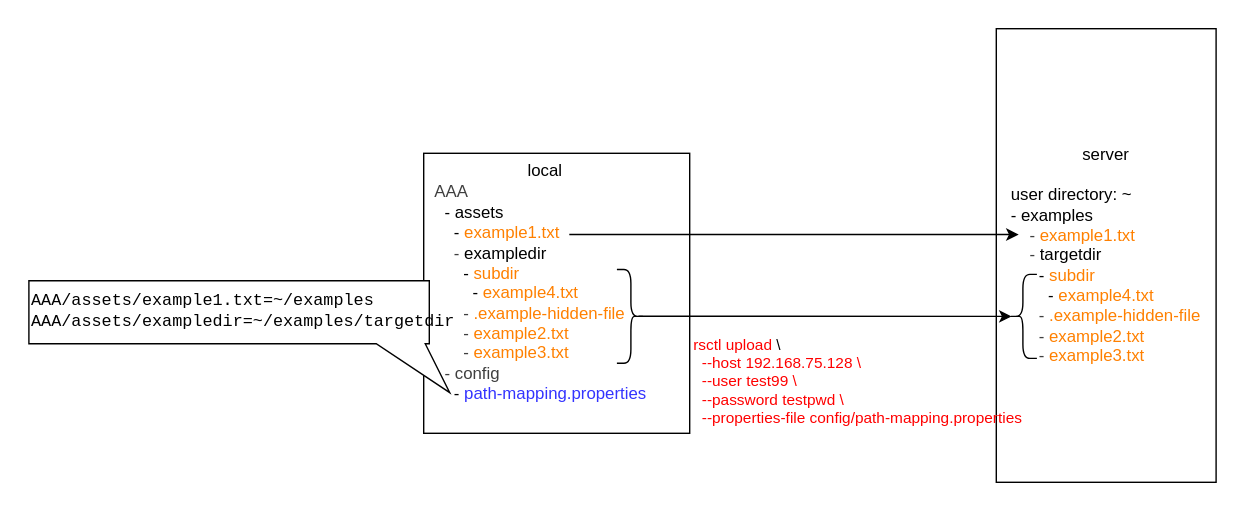
This is docs/assets/cmd/upload.svg from saidake/rhctl, a draw.io export, as it was before one commit. Source tidied: cells renumbered, new cells last; positions are measured from the earlier drawing's top-left corner, leaving out a move shared by most shapes.
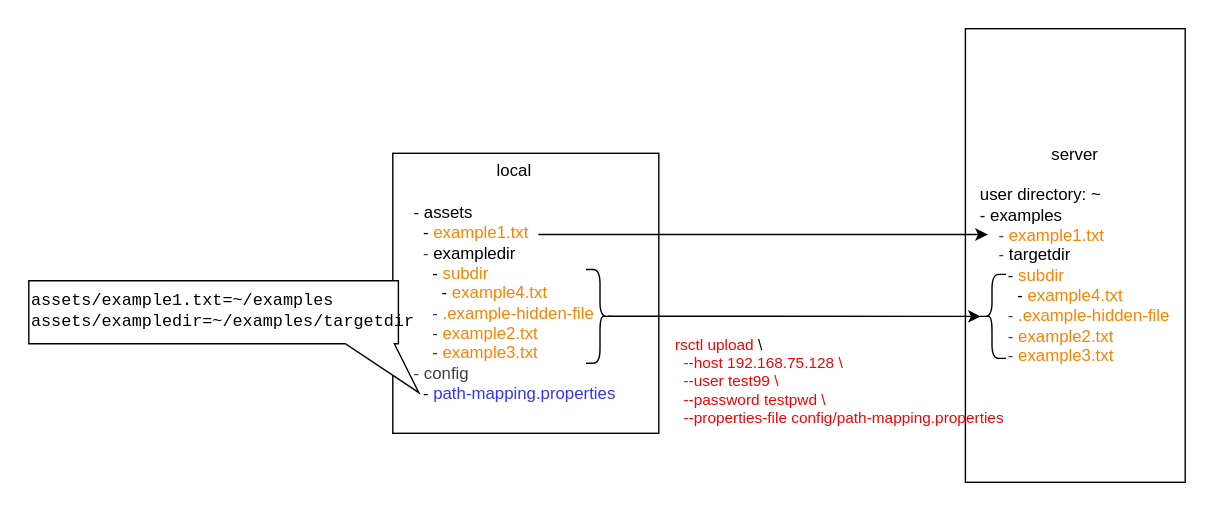
Later version of the same file.

Commit message:
[Docs] update: Refresh patch and upload command diagrams

The edit, as a diff of the source:
```diff
@@ -5,7 +5,7 @@
     <mxCell id="2" value="&lt;span style=&quot;color: rgb(0, 0, 0);&quot;&gt;server&lt;/span&gt;&lt;div style=&quot;text-align: left;&quot;&gt;&lt;br&gt;&lt;/div&gt;&lt;div style=&quot;text-align: left;&quot;&gt;user directory: ~&lt;/div&gt;&lt;div&gt;&lt;div style=&quot;text-align: left;&quot;&gt;&lt;span style=&quot;background-color: transparent;&quot;&gt;- &lt;font style=&quot;color: rgb(0, 0, 0);&quot;&gt;examples&lt;/font&gt;&lt;/span&gt;&lt;/div&gt;&lt;div style=&quot;text-align: left;&quot;&gt;&lt;span style=&quot;background-color: transparent;&quot;&gt;&amp;nbsp; &amp;nbsp;&amp;nbsp;&lt;/span&gt;&lt;span style=&quot;color: rgb(63, 63, 63);&quot;&gt;-&amp;nbsp;&lt;/span&gt;&lt;span style=&quot;background-color: transparent;&quot;&gt;&lt;font style=&quot;color: rgb(255, 128, 0);&quot;&gt;example1.txt&lt;/font&gt;&lt;/span&gt;&lt;/div&gt;&lt;div style=&quot;text-align: left;&quot;&gt;&lt;span style=&quot;background-color: transparent;&quot;&gt;&lt;font style=&quot;color: rgb(255, 128, 0);&quot;&gt;&amp;nbsp; &amp;nbsp;&amp;nbsp;&lt;/font&gt;&lt;/span&gt;&lt;span style=&quot;color: rgb(63, 63, 63);&quot;&gt;-&amp;nbsp;&lt;/span&gt;&lt;span style=&quot;background-color: transparent;&quot;&gt;&lt;font style=&quot;color: rgb(0, 0, 0);&quot;&gt;targetdir&lt;/font&gt;&lt;/span&gt;&lt;/div&gt;&lt;/div&gt;&lt;div style=&quot;text-align: left;&quot;&gt;&lt;div style=&quot;color: rgb(63, 63, 63); scrollbar-color: rgb(226, 226, 226) rgb(251, 251, 251);&quot;&gt;&lt;span style=&quot;color: rgb(63, 63, 63); scrollbar-color: rgb(226, 226, 226) rgb(251, 251, 251); background-color: transparent;&quot;&gt;&lt;font style=&quot;scrollbar-color: rgb(226, 226, 226) rgb(251, 251, 251); color: rgb(0, 0, 0);&quot;&gt;&amp;nbsp; &amp;nbsp; &amp;nbsp; -&amp;nbsp;&lt;/font&gt;&lt;font style=&quot;scrollbar-color: rgb(226, 226, 226) rgb(251, 251, 251); color: rgb(255, 128, 0);&quot;&gt;subdir&lt;/font&gt;&lt;/span&gt;&lt;/div&gt;&lt;div style=&quot;color: rgb(63, 63, 63); scrollbar-color: rgb(226, 226, 226) rgb(251, 251, 251);&quot;&gt;&lt;span style=&quot;color: rgb(63, 63, 63); scrollbar-color: rgb(226, 226, 226) rgb(251, 251, 251); background-color: transparent;&quot;&gt;&lt;font style=&quot;scrollbar-color: rgb(226, 226, 226) rgb(251, 251, 251); color: rgb(0, 0, 0);&quot;&gt;&amp;nbsp; &amp;nbsp; &amp;nbsp; &amp;nbsp; -&amp;nbsp;&lt;/font&gt;&lt;font style=&quot;scrollbar-color: rgb(226, 226, 226) rgb(251, 251, 251); color: rgb(255, 128, 0);&quot;&gt;example4.txt&lt;/font&gt;&lt;/span&gt;&lt;/div&gt;&lt;div style=&quot;scrollbar-color: rgb(226, 226, 226) rgb(251, 251, 251);&quot;&gt;&lt;span style=&quot;color: rgb(63, 63, 63); scrollbar-color: rgb(226, 226, 226) rgb(251, 251, 251);&quot;&gt;&amp;nbsp; &amp;nbsp; &amp;nbsp; -&lt;/span&gt;&lt;span style=&quot;color: rgb(63, 63, 63); scrollbar-color: rgb(226, 226, 226) rgb(251, 251, 251); background-color: transparent;&quot;&gt;&amp;nbsp;&lt;/span&gt;&lt;span style=&quot;scrollbar-color: rgb(226, 226, 226) rgb(251, 251, 251); background-color: transparent; color: rgb(63, 63, 63);&quot;&gt;&lt;font style=&quot;color: rgb(255, 128, 0);&quot;&gt;.example-hidden-file&lt;/font&gt;&lt;/span&gt;&lt;/div&gt;&lt;div style=&quot;scrollbar-color: rgb(226, 226, 226) rgb(251, 251, 251);&quot;&gt;&lt;span style=&quot;color: rgb(63, 63, 63); scrollbar-color: rgb(226, 226, 226) rgb(251, 251, 251); background-color: transparent;&quot;&gt;&amp;nbsp; &amp;nbsp; &amp;nbsp; -&amp;nbsp;&lt;/span&gt;&lt;span style=&quot;scrollbar-color: rgb(226, 226, 226) rgb(251, 251, 251); background-color: transparent;&quot;&gt;&lt;font style=&quot;color: rgb(255, 128, 0);&quot;&gt;example2.txt&lt;/font&gt;&lt;/span&gt;&lt;/div&gt;&lt;div style=&quot;scrollbar-color: rgb(226, 226, 226) rgb(251, 251, 251);&quot;&gt;&lt;span style=&quot;color: rgb(63, 63, 63); scrollbar-color: rgb(226, 226, 226) rgb(251, 251, 251); background-color: transparent;&quot;&gt;&amp;nbsp; &amp;nbsp; &amp;nbsp; -&amp;nbsp;&lt;/span&gt;&lt;span style=&quot;scrollbar-color: rgb(226, 226, 226) rgb(251, 251, 251); background-color: transparent;&quot;&gt;&lt;font style=&quot;color: rgb(255, 128, 0);&quot;&gt;example3.txt&lt;/font&gt;&lt;/span&gt;&lt;/div&gt;&lt;/div&gt;" style="rounded=0;whiteSpace=wrap;html=1;fillColor=#FFFFFF;" parent="1" vertex="1">
       <mxGeometry x="691" width="157" height="324" as="geometry" />
     </mxCell>
-    <mxCell id="3" value="&lt;div&gt;&lt;br&gt;&lt;/div&gt;&lt;div&gt;&amp;nbsp; &lt;span style=&quot;color: rgb(63, 63, 63); background-color: transparent;&quot;&gt;AAA&lt;/span&gt;&lt;/div&gt;&lt;div&gt;&amp;nbsp; &amp;nbsp; - assets&lt;/div&gt;&lt;div&gt;&amp;nbsp; &amp;nbsp; &amp;nbsp; - &lt;font style=&quot;color: rgb(255, 128, 0);&quot;&gt;example1.txt&lt;/font&gt;&lt;/div&gt;&lt;div&gt;&lt;font style=&quot;color: rgb(255, 128, 0);&quot;&gt;&amp;nbsp; &amp;nbsp; &amp;nbsp;&amp;nbsp;&lt;/font&gt;&lt;span style=&quot;color: rgb(63, 63, 63); background-color: transparent;&quot;&gt;- &lt;/span&gt;&lt;span style=&quot;background-color: transparent;&quot;&gt;&lt;font style=&quot;color: rgb(0, 0, 0);&quot;&gt;exampledir&lt;/font&gt;&lt;/span&gt;&lt;/div&gt;&lt;div&gt;&lt;span style=&quot;background-color: transparent;&quot;&gt;&lt;font style=&quot;color: rgb(0, 0, 0);&quot;&gt;&amp;nbsp; &amp;nbsp; &amp;nbsp; &amp;nbsp; - &lt;/font&gt;&lt;font style=&quot;color: rgb(255, 128, 0);&quot;&gt;subdir&lt;/font&gt;&lt;/span&gt;&lt;/div&gt;&lt;div&gt;&lt;span style=&quot;background-color: transparent;&quot;&gt;&lt;font style=&quot;color: rgb(0, 0, 0);&quot;&gt;&amp;nbsp; &amp;nbsp; &amp;nbsp; &amp;nbsp; &amp;nbsp; - &lt;/font&gt;&lt;font style=&quot;color: rgb(255, 128, 0);&quot;&gt;example4.txt&lt;/font&gt;&lt;/span&gt;&lt;/div&gt;&lt;div&gt;&lt;span style=&quot;color: rgb(63, 63, 63);&quot;&gt;&amp;nbsp; &amp;nbsp; &amp;nbsp; &amp;nbsp; -&lt;/span&gt;&lt;span style=&quot;background-color: transparent;&quot;&gt;&lt;font style=&quot;color: rgb(255, 128, 0);&quot;&gt;&amp;nbsp;.example-hidden-file&lt;/font&gt;&lt;/span&gt;&lt;/div&gt;&lt;div&gt;&lt;span style=&quot;color: rgb(63, 63, 63); background-color: transparent;&quot;&gt;&amp;nbsp; &amp;nbsp; &amp;nbsp; &amp;nbsp; - &lt;/span&gt;&lt;span style=&quot;background-color: transparent;&quot;&gt;&lt;font style=&quot;color: rgb(255, 128, 0);&quot;&gt;example2.txt&lt;/font&gt;&lt;/span&gt;&lt;/div&gt;&lt;div&gt;&lt;span style=&quot;color: rgb(63, 63, 63); background-color: transparent;&quot;&gt;&amp;nbsp; &amp;nbsp; &amp;nbsp; &amp;nbsp; - &lt;/span&gt;&lt;span style=&quot;background-color: transparent;&quot;&gt;&lt;font style=&quot;color: rgb(255, 128, 0);&quot;&gt;example3.txt&lt;/font&gt;&lt;/span&gt;&lt;/div&gt;&lt;div&gt;&lt;span style=&quot;color: rgb(63, 63, 63); background-color: transparent;&quot;&gt;&amp;nbsp; &amp;nbsp; - config&lt;/span&gt;&lt;/div&gt;&lt;div&gt;&amp;nbsp; &amp;nbsp; &amp;nbsp; - &lt;font style=&quot;color: rgb(51, 51, 255);&quot;&gt;path-mapping.properties&lt;/font&gt;&lt;/div&gt;&lt;div&gt;&lt;br&gt;&lt;/div&gt;" style="rounded=0;whiteSpace=wrap;html=1;align=left;fillColor=#FFFFFF;" parent="1" vertex="1">
+    <mxCell id="3" value="&lt;div&gt;&lt;br&gt;&lt;/div&gt;&lt;div&gt;&lt;br&gt;&lt;/div&gt;&lt;div&gt;&amp;nbsp; &amp;nbsp; - assets&lt;/div&gt;&lt;div&gt;&amp;nbsp; &amp;nbsp; &amp;nbsp; - &lt;font style=&quot;color: rgb(255, 128, 0);&quot;&gt;example1.txt&lt;/font&gt;&lt;/div&gt;&lt;div&gt;&lt;font style=&quot;color: rgb(255, 128, 0);&quot;&gt;&amp;nbsp; &amp;nbsp; &amp;nbsp;&amp;nbsp;&lt;/font&gt;&lt;span style=&quot;color: rgb(63, 63, 63); background-color: transparent;&quot;&gt;- &lt;/span&gt;&lt;span style=&quot;background-color: transparent;&quot;&gt;&lt;font style=&quot;color: rgb(0, 0, 0);&quot;&gt;exampledir&lt;/font&gt;&lt;/span&gt;&lt;/div&gt;&lt;div&gt;&lt;span style=&quot;background-color: transparent;&quot;&gt;&lt;font style=&quot;color: rgb(0, 0, 0);&quot;&gt;&amp;nbsp; &amp;nbsp; &amp;nbsp; &amp;nbsp; - &lt;/font&gt;&lt;font style=&quot;color: rgb(255, 128, 0);&quot;&gt;subdir&lt;/font&gt;&lt;/span&gt;&lt;/div&gt;&lt;div&gt;&lt;span style=&quot;background-color: transparent;&quot;&gt;&lt;font style=&quot;color: rgb(0, 0, 0);&quot;&gt;&amp;nbsp; &amp;nbsp; &amp;nbsp; &amp;nbsp; &amp;nbsp; - &lt;/font&gt;&lt;font style=&quot;color: rgb(255, 128, 0);&quot;&gt;example4.txt&lt;/font&gt;&lt;/span&gt;&lt;/div&gt;&lt;div&gt;&lt;span style=&quot;color: rgb(63, 63, 63);&quot;&gt;&amp;nbsp; &amp;nbsp; &amp;nbsp; &amp;nbsp; -&lt;/span&gt;&lt;span style=&quot;background-color: transparent;&quot;&gt;&lt;font style=&quot;color: rgb(255, 128, 0);&quot;&gt;&amp;nbsp;.example-hidden-file&lt;/font&gt;&lt;/span&gt;&lt;/div&gt;&lt;div&gt;&lt;span style=&quot;color: rgb(63, 63, 63); background-color: transparent;&quot;&gt;&amp;nbsp; &amp;nbsp; &amp;nbsp; &amp;nbsp; - &lt;/span&gt;&lt;span style=&quot;background-color: transparent;&quot;&gt;&lt;font style=&quot;color: rgb(255, 128, 0);&quot;&gt;example2.txt&lt;/font&gt;&lt;/span&gt;&lt;/div&gt;&lt;div&gt;&lt;span style=&quot;color: rgb(63, 63, 63); background-color: transparent;&quot;&gt;&amp;nbsp; &amp;nbsp; &amp;nbsp; &amp;nbsp; - &lt;/span&gt;&lt;span style=&quot;background-color: transparent;&quot;&gt;&lt;font style=&quot;color: rgb(255, 128, 0);&quot;&gt;example3.txt&lt;/font&gt;&lt;/span&gt;&lt;/div&gt;&lt;div&gt;&lt;span style=&quot;color: rgb(63, 63, 63); background-color: transparent;&quot;&gt;&amp;nbsp; &amp;nbsp; - config&lt;/span&gt;&lt;/div&gt;&lt;div&gt;&amp;nbsp; &amp;nbsp; &amp;nbsp; - &lt;font style=&quot;color: rgb(51, 51, 255);&quot;&gt;path-mapping.properties&lt;/font&gt;&lt;/div&gt;&lt;div&gt;&lt;br&gt;&lt;/div&gt;" style="rounded=0;whiteSpace=wrap;html=1;align=left;fillColor=#FFFFFF;" parent="1" vertex="1">
       <mxGeometry x="282" y="89" width="190" height="200" as="geometry" />
     </mxCell>
     <mxCell id="4" style="shape=curlyBracket;whiteSpace=wrap;html=1;rounded=1;flipH=1;labelPosition=right;verticalLabelPosition=middle;align=left;verticalAlign=middle;size=0.5;" parent="1" vertex="1">
@@ -16,11 +16,11 @@
     </mxCell>
     <mxCell id="6" value="&lt;div&gt;&lt;font style=&quot;color: rgb(255, 0, 0);&quot;&gt;rsctl &lt;/font&gt;&lt;span style=&quot;background-color: transparent;&quot;&gt;&lt;font style=&quot;color: rgb(255, 0, 0);&quot;&gt;upload &lt;/font&gt;\&lt;/span&gt;&lt;/div&gt;&lt;div&gt;&lt;font style=&quot;color: rgb(255, 0, 0);&quot;&gt;&amp;nbsp; --host 192.168.75.128 \&lt;/font&gt;&lt;/div&gt;&lt;div&gt;&lt;font style=&quot;color: rgb(255, 0, 0);&quot;&gt;&amp;nbsp; --user test99 \&lt;/font&gt;&lt;/div&gt;&lt;div&gt;&lt;font style=&quot;color: rgb(255, 0, 0);&quot;&gt;&amp;nbsp; --password testpwd \&lt;/font&gt;&lt;/div&gt;&lt;div&gt;&lt;font style=&quot;color: rgb(255, 0, 0);&quot;&gt;&amp;nbsp; --properties-file config/path-mapping.properties&lt;/font&gt;&lt;/div&gt;" style="edgeLabel;html=1;align=left;verticalAlign=middle;labelBackgroundColor=none;" parent="5" vertex="1">
       <mxGeometry x="-0.07" relative="1" as="geometry">
-        <mxPoint x="-87" y="46" as="offset" />
+        <mxPoint x="-78" y="46" as="offset" />
       </mxGeometry>
     </mxCell>
-    <mxCell id="7" value="&lt;pre&gt;&lt;font style=&quot;color: rgb(0, 0, 0);&quot;&gt;AAA/assets/example1.txt=~/examples&lt;br&gt;AAA/assets/exampledir=~/examples/targetdir&lt;/font&gt;&lt;/pre&gt;" style="whiteSpace=wrap;html=1;shape=mxgraph.basic.rectCallout;dx=20.4;dy=35;boundedLbl=1;align=left;flipH=1;flipV=0;fillColor=#FFFFFF;" parent="1" vertex="1">
-      <mxGeometry y="180" width="286" height="80" as="geometry" />
+    <mxCell id="7" value="&lt;pre&gt;&lt;font style=&quot;color: rgb(0, 0, 0);&quot;&gt;assets/example1.txt=~/examples&lt;br&gt;assets/exampledir=~/examples/targetdir&lt;/font&gt;&lt;/pre&gt;" style="whiteSpace=wrap;html=1;shape=mxgraph.basic.rectCallout;dx=20.4;dy=35;boundedLbl=1;align=left;flipH=1;flipV=0;fillColor=#FFFFFF;" parent="1" vertex="1">
+      <mxGeometry x="22" y="180" width="264" height="80" as="geometry" />
     </mxCell>
     <mxCell id="8" style="shape=curlyBracket;whiteSpace=wrap;html=1;rounded=1;labelPosition=left;verticalLabelPosition=middle;align=right;verticalAlign=middle;size=0.5;" parent="1" vertex="1">
       <mxGeometry x="700" y="175.5" width="20" height="60" as="geometry" />
```
